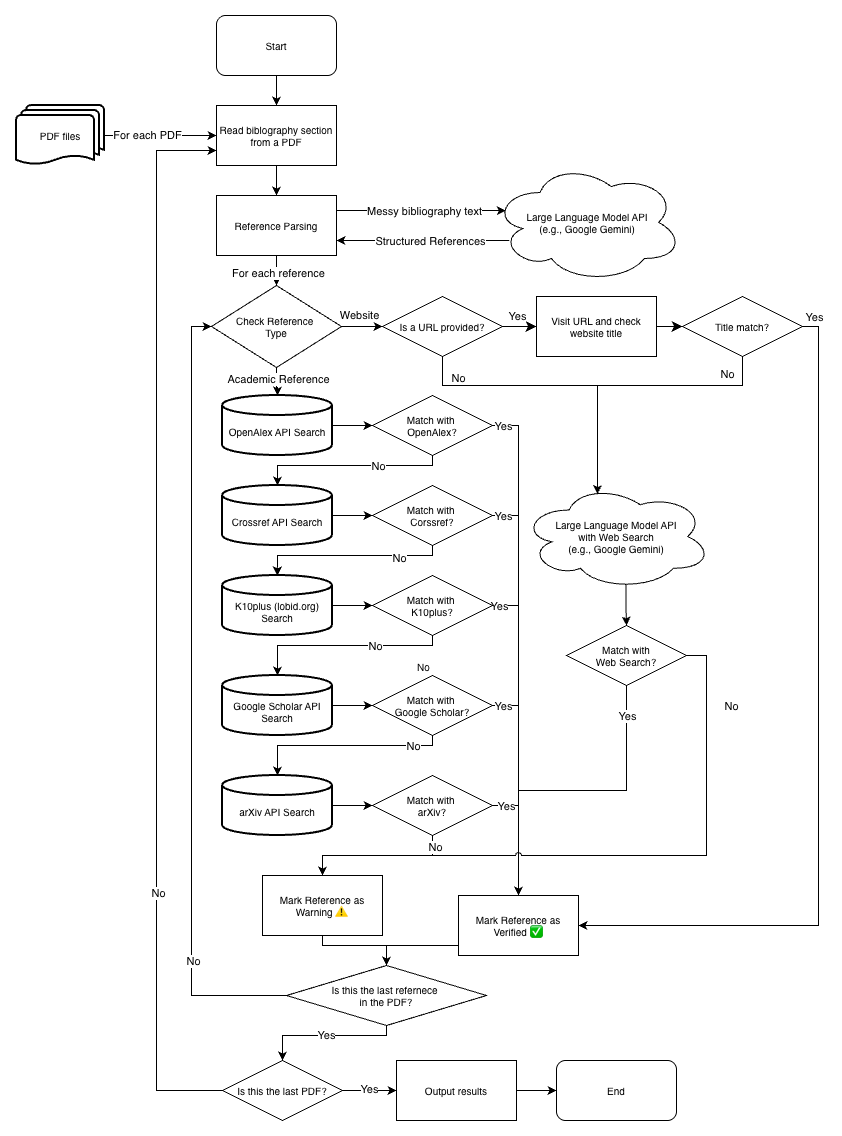
Above: images/flowchart.drawio.png in ykangw/VeriExCiting (draw.io), before the change. Source tidied: cells renumbered, new cells last; positions are measured from the earlier drawing's top-left corner, leaving out a move shared by most shapes.
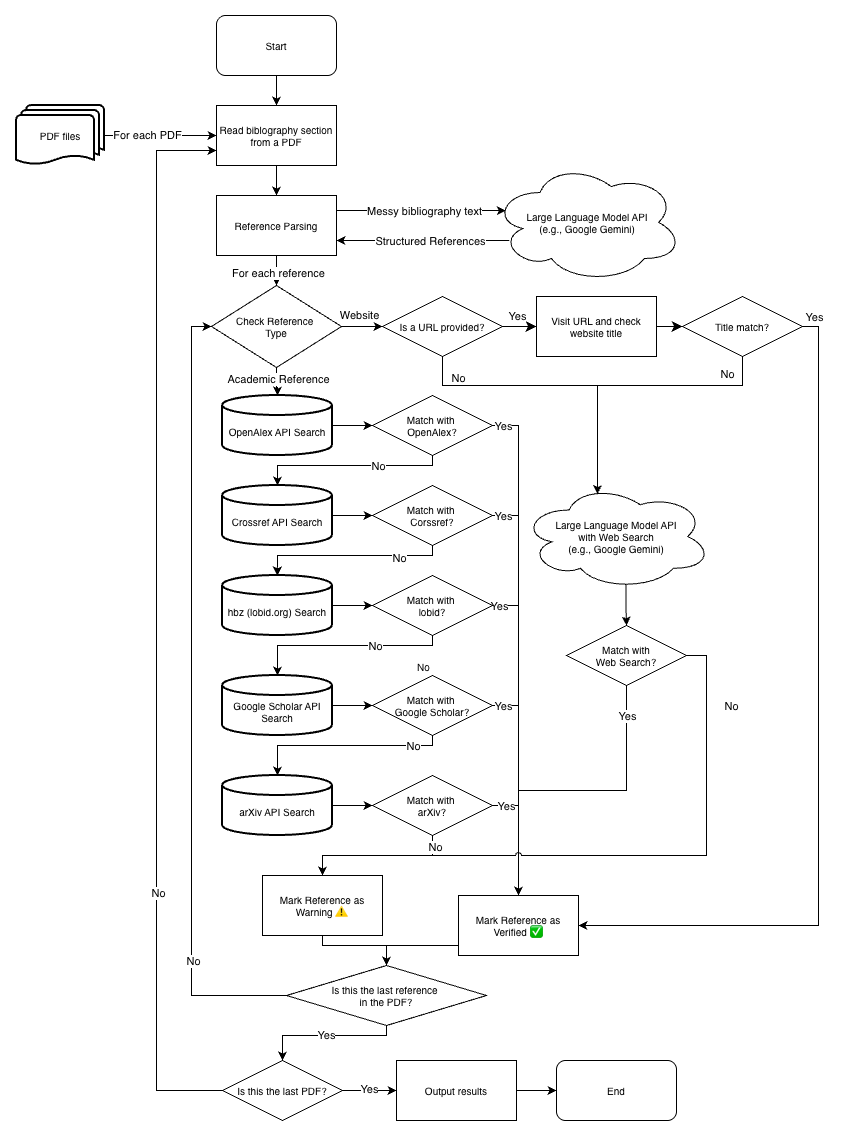
After the change.

Commit message:
K10plus-lobid error amendment

What changed in the source:
```diff
@@ -130,10 +130,10 @@
     <mxCell id="33" value="&lt;div&gt;&lt;br&gt;&lt;/div&gt;Google Scholar API Search" style="strokeWidth=2;html=1;shape=mxgraph.flowchart.database;whiteSpace=wrap;fontSize=10;" parent="1" vertex="1">
       <mxGeometry x="206" y="660" width="110" height="60" as="geometry" />
     </mxCell>
-    <mxCell id="34" value="&lt;div&gt;&lt;br&gt;&lt;/div&gt;K10plus (lobid.org) Search" style="strokeWidth=2;html=1;shape=mxgraph.flowchart.database;whiteSpace=wrap;fontSize=10;" parent="1" vertex="1">
+    <mxCell id="34" value="&lt;div&gt;&lt;br&gt;&lt;/div&gt;hbz (lobid.org) Search" style="strokeWidth=2;html=1;shape=mxgraph.flowchart.database;whiteSpace=wrap;fontSize=10;" parent="1" vertex="1">
       <mxGeometry x="206" y="560" width="110" height="60" as="geometry" />
     </mxCell>
-    <mxCell id="35" value="Match with&amp;nbsp;&lt;div&gt;K10plus?&lt;/div&gt;" style="shape=rhombus;perimeter=rhombusPerimeter;whiteSpace=wrap;html=1;align=center;fontSize=10;" parent="1" vertex="1">
+    <mxCell id="35" value="Match with&amp;nbsp;&lt;div&gt;lobid?&lt;/div&gt;" style="shape=rhombus;perimeter=rhombusPerimeter;whiteSpace=wrap;html=1;align=center;fontSize=10;" parent="1" vertex="1">
       <mxGeometry x="356" y="560" width="120" height="60" as="geometry" />
     </mxCell>
     <mxCell id="36" style="edgeStyle=orthogonalEdgeStyle;rounded=0;jettySize=auto;html=1;" parent="1" edge="1" source="34" target="35">
@@ -259,7 +259,7 @@
         </Array>
       </mxGeometry>
     </mxCell>
-    <mxCell id="61" value="Is this the last refernece&amp;nbsp;&lt;div&gt;in the PDF?&lt;/div&gt;" style="shape=rhombus;perimeter=rhombusPerimeter;whiteSpace=wrap;html=1;align=center;fontSize=10;" parent="1" vertex="1">
+    <mxCell id="61" value="Is this the last reference&amp;nbsp;&lt;div&gt;in the PDF?&lt;/div&gt;" style="shape=rhombus;perimeter=rhombusPerimeter;whiteSpace=wrap;html=1;align=center;fontSize=10;" parent="1" vertex="1">
       <mxGeometry x="270" y="950" width="200" height="60" as="geometry" />
     </mxCell>
     <mxCell id="62" style="edgeStyle=orthogonalEdgeStyle;rounded=0;jettySize=auto;html=1;entryX=0;entryY=0.75;entryDx=0;entryDy=0;" parent="1" edge="1" source="66" target="8">
```
